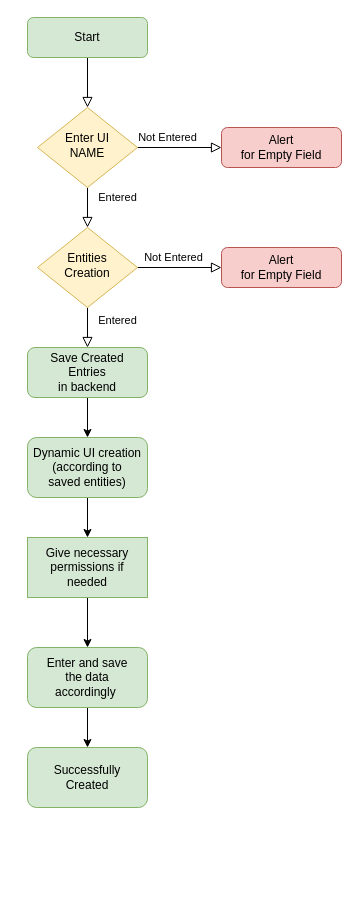
Before: Untitled Diagram.drawio in MohitThakur001/FlowCharts, a draw.io diagram. Source tidied: cells renumbered, new cells numbered last; positions are measured from the earlier drawing's top-left corner, leaving out a move shared by most shapes. Both pictures are drawn from the tidied source at 100%, with x=0, y=0 at pixel (27, 17).
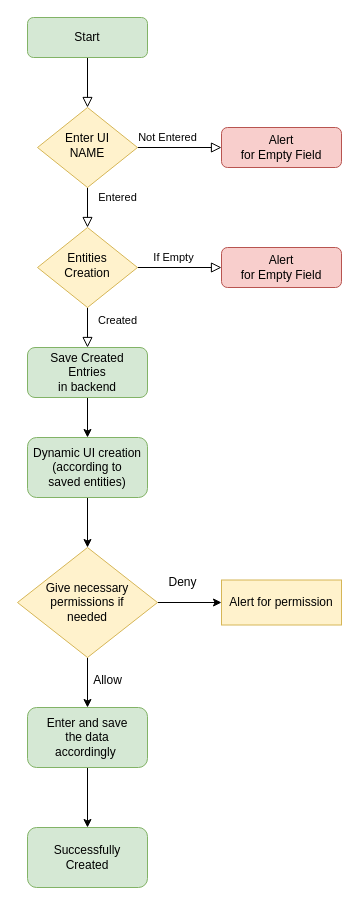
Above is the later version.

Unchanged cells that the change refers to:
```xml
<mxCell id="10" value="Entities&lt;br&gt;Creation" style="rhombus;whiteSpace=wrap;html=1;shadow=0;fontFamily=Helvetica;fontSize=12;align=center;strokeWidth=1;spacing=6;spacingTop=-4;fillColor=#fff2cc;strokeColor=#d6b656;" parent="1" vertex="1">
  <mxGeometry x="10" y="210" width="100" height="80" as="geometry" />
</mxCell>
<mxCell id="12" value="Save Created &lt;br&gt;Entries&lt;br&gt;in backend" style="rounded=1;whiteSpace=wrap;html=1;fontSize=12;glass=0;strokeWidth=1;shadow=0;fillColor=#d5e8d4;strokeColor=#82b366;" parent="1" vertex="1">
  <mxGeometry y="330" width="120" height="50" as="geometry" />
</mxCell>
<mxCell id="13" value="Alert&lt;br style=&quot;border-color: var(--border-color);&quot;&gt;for Empty Field" style="rounded=1;whiteSpace=wrap;html=1;fontSize=12;glass=0;strokeWidth=1;shadow=0;fillColor=#f8cecc;strokeColor=#b85450;" parent="1" vertex="1">
  <mxGeometry x="194" y="230" width="120" height="40" as="geometry" />
</mxCell>
```

Change to the diagram source:
```diff
@@
-    <mxCell id="8" value="Entered" style="rounded=0;html=1;jettySize=auto;fontSize=11;endArrow=block;endFill=0;endSize=8;strokeWidth=1;shadow=0;labelBackgroundColor=none;edgeStyle=orthogonalEdgeStyle;" parent="1" edge="1" source="10" target="12">
+    <mxCell id="8" value="Created" style="rounded=0;html=1;jettySize=auto;fontSize=11;endArrow=block;endFill=0;endSize=8;strokeWidth=1;shadow=0;labelBackgroundColor=none;edgeStyle=orthogonalEdgeStyle;" parent="1" edge="1" source="10" target="12">
       <mxGeometry x="-0.33" y="30" relative="1" as="geometry" />
     </mxCell>
-    <mxCell id="9" value="Not Entered" style="edgeStyle=orthogonalEdgeStyle;rounded=0;html=1;jettySize=auto;fontSize=11;endArrow=block;endFill=0;endSize=8;strokeWidth=1;shadow=0;labelBackgroundColor=none;" parent="1" edge="1" source="10" target="13">
+    <mxCell id="9" value="If Empty" style="edgeStyle=orthogonalEdgeStyle;rounded=0;html=1;jettySize=auto;fontSize=11;endArrow=block;endFill=0;endSize=8;strokeWidth=1;shadow=0;labelBackgroundColor=none;" parent="1" edge="1" source="10" target="13">
       <mxGeometry x="-0.14" y="10" relative="1" as="geometry" />
     </mxCell>
@@
     <mxCell id="17" value="Enter and save &lt;br&gt;the data&lt;br&gt;accordingly&amp;nbsp;" style="whiteSpace=wrap;html=1;rounded=1;glass=0;strokeWidth=1;shadow=0;fillColor=#d5e8d4;strokeColor=#82b366;" parent="1" vertex="1">
-      <mxGeometry y="630" width="120" height="60" as="geometry" />
+      <mxGeometry y="690" width="120" height="60" as="geometry" />
     </mxCell>
     <mxCell id="18" value="Successfully &lt;br&gt;Created" style="whiteSpace=wrap;html=1;rounded=1;glass=0;strokeWidth=1;shadow=0;fillColor=#d5e8d4;strokeColor=#82b366;" parent="1" vertex="1">
-      <mxGeometry y="730" width="120" height="60" as="geometry" />
+      <mxGeometry y="810" width="120" height="60" as="geometry" />
     </mxCell>
-    <mxCell id="19" style="edgeStyle=orthogonalEdgeStyle;rounded=0;jettySize=auto;html=1;entryX=0.5;entryY=0;entryDx=0;entryDy=0;" parent="1" edge="1" source="20" target="17">
+    <mxCell id="19" style="edgeStyle=orthogonalEdgeStyle;rounded=0;jettySize=auto;html=1;entryX=0.5;entryY=0;entryDx=0;entryDy=0;exitX=0.5;exitY=1;exitDx=0;exitDy=0;" parent="1" edge="1" source="20" target="17">
       <mxGeometry relative="1" as="geometry" />
     </mxCell>
+    <mxCell id="21" style="edgeStyle=orthogonalEdgeStyle;rounded=0;jettySize=auto;html=1;" parent="1" edge="1" source="20" target="23">
+      <mxGeometry relative="1" as="geometry" />
+    </mxCell>
-    <mxCell id="20" value="Give necessary&lt;br&gt;permissions if &lt;br&gt;needed" style="rounded=0;whiteSpace=wrap;html=1;fillColor=#d5e8d4;strokeColor=#82b366;" parent="1" vertex="1">
-      <mxGeometry y="520" width="120" height="60" as="geometry" />
+    <mxCell id="20" value="Give necessary&lt;br style=&quot;border-color: var(--border-color);&quot;&gt;permissions if&lt;br style=&quot;border-color: var(--border-color);&quot;&gt;needed" style="rhombus;whiteSpace=wrap;html=1;fillColor=#fff2cc;strokeColor=#d6b656;" parent="1" vertex="1">
+      <mxGeometry x="-10" y="530" width="140" height="110" as="geometry" />
     </mxCell>
+    <mxCell id="22" value="Allow" style="text;html=1;align=center;verticalAlign=middle;strokeColor=none;fillColor=none;" parent="1" vertex="1">
+      <mxGeometry x="55" y="648" width="50" height="30" as="geometry" />
+    </mxCell>
+    <mxCell id="23" value="Alert for permission" style="whiteSpace=wrap;html=1;fillColor=#fff2cc;strokeColor=#d6b656;" parent="1" vertex="1">
+      <mxGeometry x="194" y="562.5" width="120" height="45" as="geometry" />
+    </mxCell>
+    <mxCell id="24" value="Deny" style="text;html=1;align=center;verticalAlign=middle;strokeColor=none;fillColor=none;" parent="1" vertex="1">
+      <mxGeometry x="130" y="550" width="50" height="30" as="geometry" />
+    </mxCell>
```
